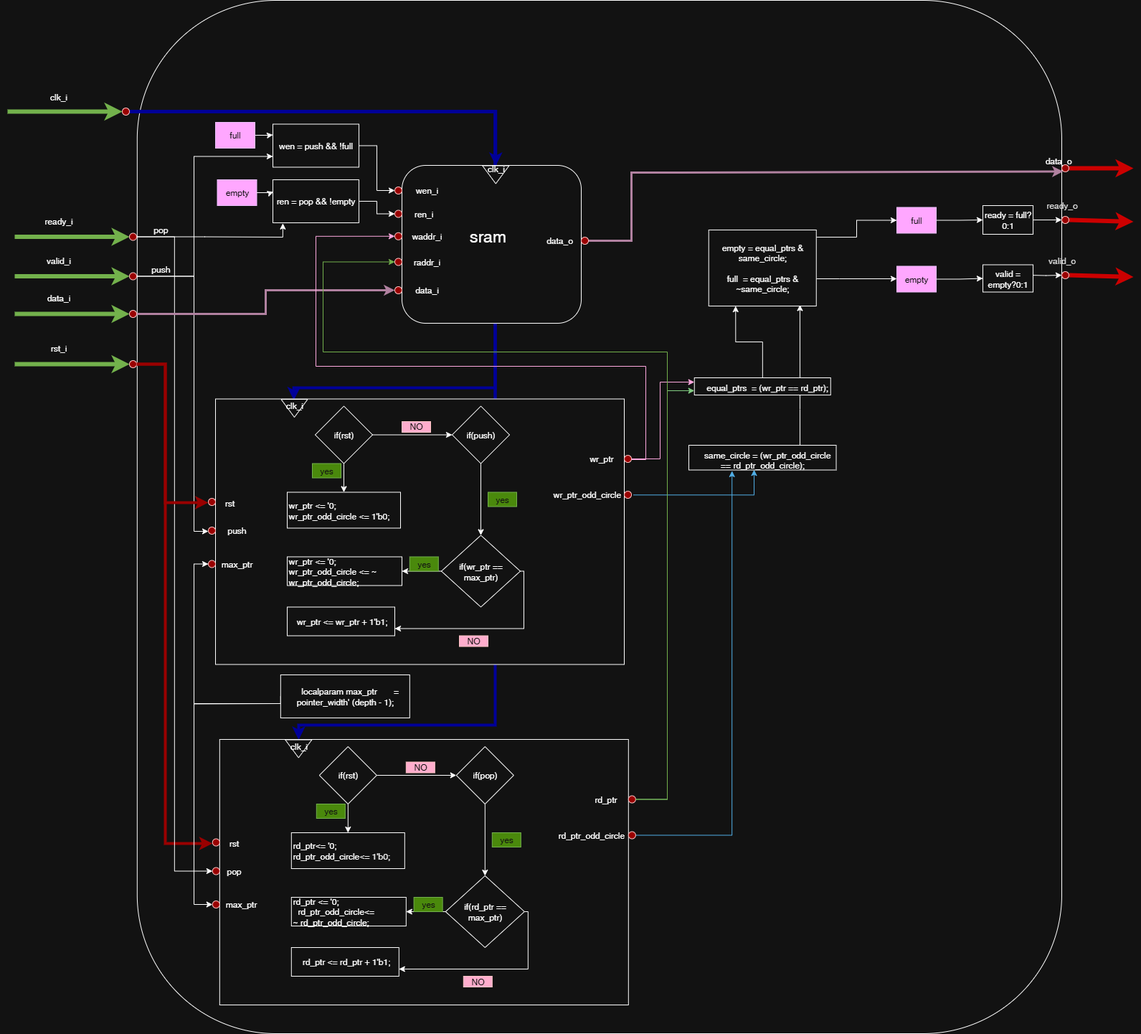
Gandoler/rtl keeps this draw.io diagram as 09_basic_arithmetic/pic/my_fifo_scheme.drawio.png. Above is the earlier version. Source tidied: cells renumbered, new cells last; positions are measured from the earlier drawing's top-left corner, leaving out a move shared by most shapes.
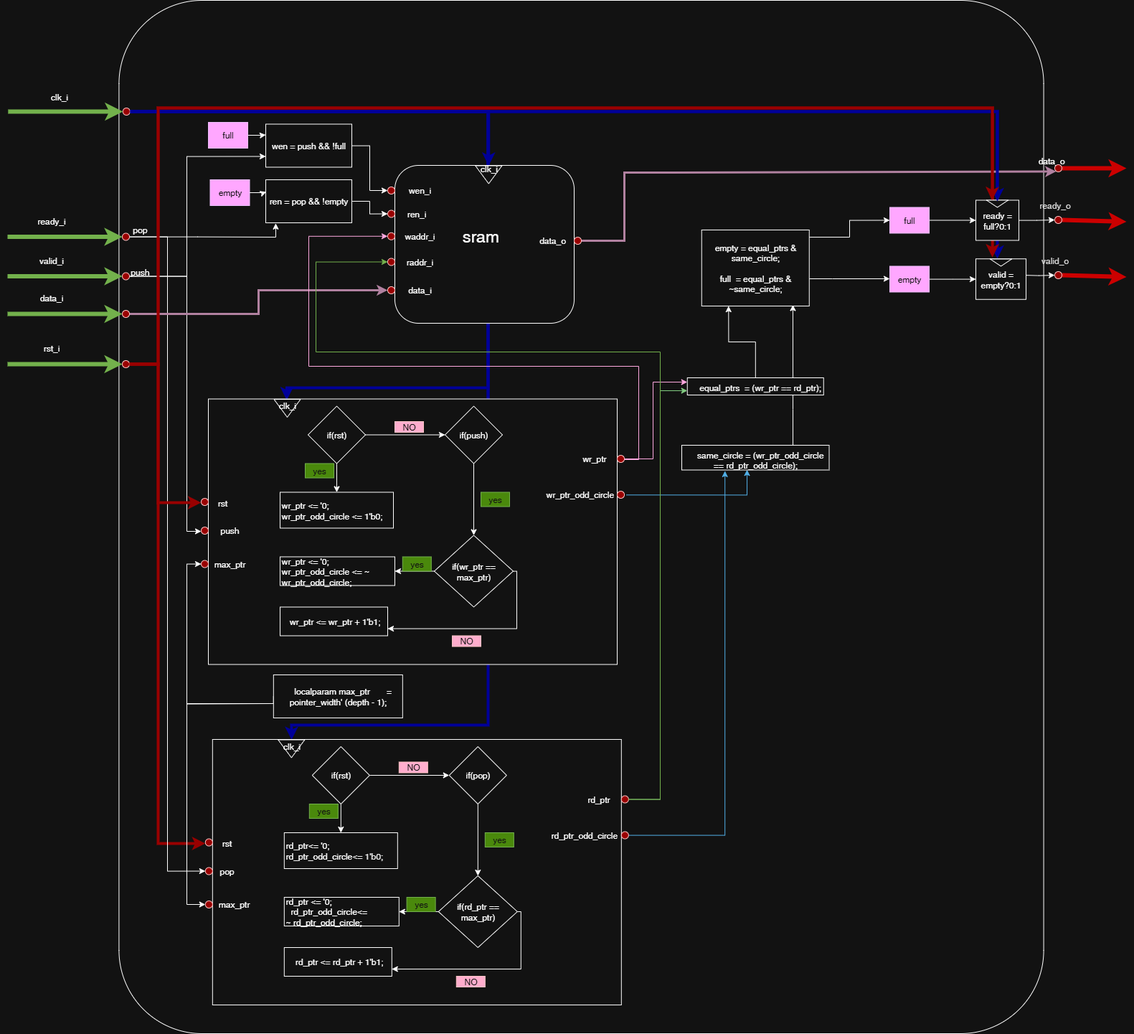
After the commit.

Commit message:
FEAT(09_basic_arithmetic/labs/lab_FIFO_README) : обновил схему fifo

The edit, as a diff of the source:
```diff
@@ -2,9 +2,26 @@
   <root>
     <mxCell id="0" />
     <mxCell id="1" parent="0" />
-    <mxCell id="2" style="rounded=1;whiteSpace=wrap;html=1;" parent="1" vertex="1">
-      <mxGeometry x="180.8" width="1289.2" height="1440" as="geometry" />
+    <mxCell id="2" style="rounded=1;whiteSpace=wrap;html=1;arcSize=9;" parent="1" vertex="1">
+      <mxGeometry x="165.4" width="1289.2" height="1440" as="geometry" />
     </mxCell>
+    <mxCell id="147" style="edgeStyle=orthogonalEdgeStyle;rounded=0;jettySize=auto;html=1;fillColor=#dae8fc;strokeColor=light-dark(#6C8EBF,#000099);strokeWidth=4;exitX=1;exitY=0.5;exitDx=0;exitDy=0;" parent="1" edge="1" source="10">
+      <mxGeometry relative="1" as="geometry">
+        <mxPoint x="1390" y="360" as="targetPoint" />
+        <Array as="points">
+          <mxPoint x="1390" y="155" />
+        </Array>
+      </mxGeometry>
+    </mxCell>
+    <mxCell id="148" style="edgeStyle=orthogonalEdgeStyle;rounded=0;jettySize=auto;html=1;strokeWidth=4;fillColor=#a20025;strokeColor=light-dark(#6F0000,#990000);entryX=-0.219;entryY=0.895;entryDx=0;entryDy=0;exitX=1;exitY=0.5;exitDx=0;exitDy=0;entryPerimeter=0;" parent="1" edge="1" source="53" target="150">
+      <mxGeometry relative="1" as="geometry">
+        <Array as="points">
+          <mxPoint x="220" y="507" />
+          <mxPoint x="220" y="150" />
+          <mxPoint x="1383" y="150" />
+        </Array>
+      </mxGeometry>
+    </mxCell>
     <mxCell id="3" style="edgeStyle=orthogonalEdgeStyle;rounded=0;jettySize=auto;html=1;fillColor=#dae8fc;strokeColor=light-dark(#6C8EBF,#000099);strokeWidth=4;exitX=1;exitY=0.5;exitDx=0;exitDy=0;entryX=0.05;entryY=0.519;entryDx=0;entryDy=0;entryPerimeter=0;" parent="1" edge="1" source="10" target="72">
       <mxGeometry relative="1" as="geometry">
         <Array as="points">
@@ -61,15 +78,15 @@
       </mxGeometry>
     </mxCell>
     <mxCell id="10" style="ellipse;whiteSpace=wrap;html=1;fillColor=light-dark(#A20025,#990000);strokeColor=#6F0000;fontColor=#ffffff;" parent="1" vertex="1">
-      <mxGeometry x="160" y="150" width="10" height="10" as="geometry" />
+      <mxGeometry x="170.8" y="150" width="10" height="10" as="geometry" />
     </mxCell>
     <mxCell id="11" style="endArrow=classic;html=1;rounded=0;entryX=0;entryY=0.5;entryDx=0;entryDy=0;fillColor=#60a917;strokeColor=#2D7600;strokeWidth=6;" parent="1" edge="1" target="10">
       <mxGeometry relative="1" as="geometry">
-        <mxPoint y="155" as="sourcePoint" />
+        <mxPoint x="10.8" y="155" as="sourcePoint" />
       </mxGeometry>
     </mxCell>
     <mxCell id="12" value="clk_i" style="text;html=1;align=center;verticalAlign=middle;strokeColor=none;fillColor=none;" parent="1" vertex="1">
-      <mxGeometry x="46" y="120" width="50" height="30" as="geometry" />
+      <mxGeometry x="56.8" y="120" width="50" height="30" as="geometry" />
     </mxCell>
     <mxCell id="13" style="edgeStyle=orthogonalEdgeStyle;rounded=0;jettySize=auto;html=1;entryX=0;entryY=0.5;entryDx=0;entryDy=0;" parent="1" edge="1" source="15" target="75">
       <mxGeometry relative="1" as="geometry">
@@ -524,13 +541,13 @@
       </mxGeometry>
     </mxCell>
     <mxCell id="130" value="&lt;span&gt;&lt;font style=&quot;&quot;&gt;valid = empty?0:1&lt;/font&gt;&lt;/span&gt;" style="rounded=0;whiteSpace=wrap;html=1;fontColor=default;" parent="1" vertex="1">
-      <mxGeometry x="1360" y="368.5" width="70" height="38" as="geometry" />
+      <mxGeometry x="1360" y="360.2" width="70" height="56.5" as="geometry" />
     </mxCell>
     <mxCell id="131" style="edgeStyle=orthogonalEdgeStyle;rounded=0;jettySize=auto;html=1;entryX=0;entryY=0.5;entryDx=0;entryDy=0;" parent="1" edge="1" source="132" target="32">
       <mxGeometry relative="1" as="geometry" />
     </mxCell>
     <mxCell id="132" value="ready = full?0:1" style="rounded=0;whiteSpace=wrap;html=1;" parent="1" vertex="1">
-      <mxGeometry x="1360" y="286" width="70" height="40" as="geometry" />
+      <mxGeometry x="1360" y="278.5" width="60" height="56" as="geometry" />
     </mxCell>
     <mxCell id="133" style="edgeStyle=orthogonalEdgeStyle;rounded=0;jettySize=auto;html=1;entryX=0;entryY=0.5;entryDx=0;entryDy=0;" parent="1" edge="1" source="134" target="37">
       <mxGeometry relative="1" as="geometry" />
@@ -545,10 +562,10 @@
       <mxGeometry x="370" y="250" width="120" height="60" as="geometry" />
     </mxCell>
     <mxCell id="137" value="&lt;span style=&quot;text-wrap-mode: wrap;&quot;&gt;push&amp;nbsp;&lt;/span&gt;" style="text;html=1;align=center;verticalAlign=middle;strokeColor=none;fillColor=none;" parent="1" vertex="1">
-      <mxGeometry x="190" y="359.5" width="50" height="30" as="geometry" />
+      <mxGeometry x="170.8" y="364" width="50" height="30" as="geometry" />
     </mxCell>
     <mxCell id="138" value="&lt;span style=&quot;text-wrap-mode: wrap;&quot;&gt;pop&amp;nbsp;&lt;/span&gt;" style="text;html=1;align=center;verticalAlign=middle;strokeColor=none;fillColor=none;" parent="1" vertex="1">
-      <mxGeometry x="190" y="304.5" width="50" height="30" as="geometry" />
+      <mxGeometry x="170.8" y="304.5" width="50" height="30" as="geometry" />
     </mxCell>
     <mxCell id="139" style="edgeStyle=orthogonalEdgeStyle;rounded=0;jettySize=auto;html=1;" parent="1" edge="1" source="140" target="130">
       <mxGeometry relative="1" as="geometry" />
@@ -574,5 +591,30 @@
     <mxCell id="146" style="edgeStyle=orthogonalEdgeStyle;rounded=0;jettySize=auto;html=1;entryX=0.006;entryY=0.282;entryDx=0;entryDy=0;entryPerimeter=0;" parent="1" edge="1" source="145" target="136">
       <mxGeometry relative="1" as="geometry" />
     </mxCell>
+    <mxCell id="149" style="triangle;whiteSpace=wrap;html=1;direction=south;" parent="1" vertex="1">
+      <mxGeometry x="1375" y="278.5" width="30" height="10" as="geometry" />
+    </mxCell>
+    <mxCell id="150" style="triangle;whiteSpace=wrap;html=1;direction=south;" parent="1" vertex="1">
+      <mxGeometry x="1380" y="360.5" width="30" height="10" as="geometry" />
+    </mxCell>
+    <mxCell id="151" style="edgeStyle=orthogonalEdgeStyle;rounded=0;jettySize=auto;html=1;fillColor=#dae8fc;strokeColor=light-dark(#6C8EBF,#000099);strokeWidth=4;exitX=1;exitY=0.5;exitDx=0;exitDy=0;" parent="1" edge="1" source="10">
+      <mxGeometry relative="1" as="geometry">
+        <mxPoint x="1390" y="280" as="targetPoint" />
+        <Array as="points">
+          <mxPoint x="1390" y="155" />
+        </Array>
+      </mxGeometry>
+    </mxCell>
+    <mxCell id="152" style="edgeStyle=orthogonalEdgeStyle;rounded=0;jettySize=auto;html=1;strokeWidth=4;fillColor=#a20025;strokeColor=light-dark(#6F0000,#990000);exitX=1;exitY=0.5;exitDx=0;exitDy=0;entryX=0;entryY=0.75;entryDx=0;entryDy=0;" parent="1" edge="1" source="53" target="149">
+      <mxGeometry relative="1" as="geometry">
+        <Array as="points">
+          <mxPoint x="220" y="507" />
+          <mxPoint x="220" y="150" />
+          <mxPoint x="1383" y="150" />
+          <mxPoint x="1383" y="258" />
+          <mxPoint x="1383" y="258" />
+        </Array>
+      </mxGeometry>
+    </mxCell>
   </root>
 </mxGraphModel>
```
